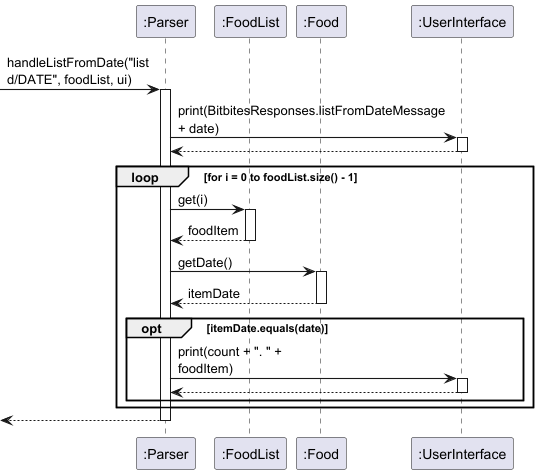
Above: docs/uml/listFromDate.png in AY2526S2-CS2113-F14-2/tp (PlantUML), before the change. Source of this version:
```plantuml
@startuml
skinparam arrowThickness 1.1
skinparam maxMessageSize 150

participant ":Parser" as Parser

participant ":FoodList" as FoodList
participant ":Food" as Food

participant ":UserInterface" as UI

-> Parser : handleListFromDate("list d/DATE", foodList, ui)
activate Parser

Parser -> UI : print(BitbitesResponses.listFromDateMessage + date)
activate UI
UI --> Parser
deactivate UI

loop for i = 0 to foodList.size() - 1
    Parser -> FoodList : get(i)
    activate FoodList
    FoodList --> Parser : foodItem
    deactivate FoodList

    Parser -> Food : getDate()
    activate Food
    Food --> Parser : itemDate
    deactivate Food

    opt itemDate.equals(date)
        Parser -> UI : print(count + ". " + foodItem)
        activate UI
        UI --> Parser
        deactivate UI
    end
end

<-- Parser
deactivate Parser
@enduml
```
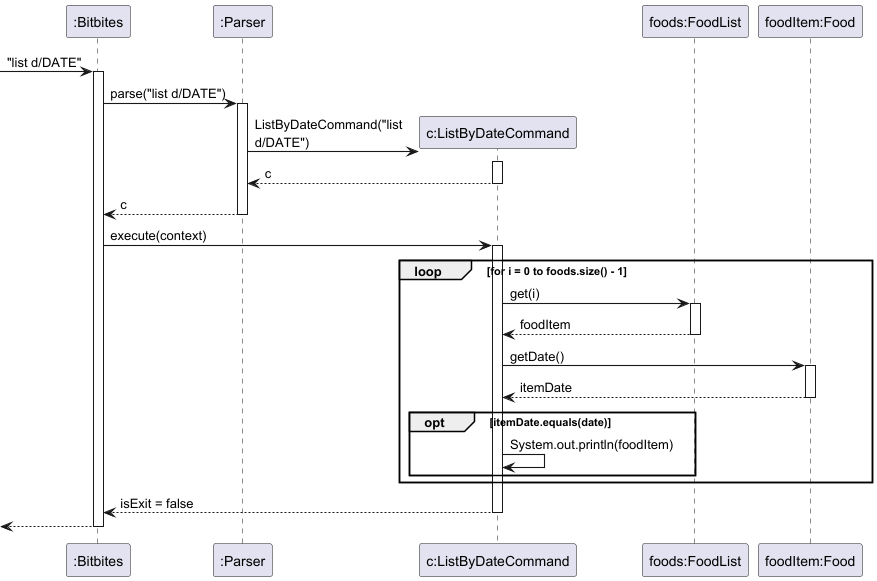
The same diagram one commit later.

Change to the diagram source:
```diff
@@ -2,40 +2,49 @@
 skinparam arrowThickness 1.1
 skinparam maxMessageSize 150
 
+participant ":Bitbites" as Bitbites
 participant ":Parser" as Parser
+participant "c:ListByDateCommand" as ListByDateCommand
+participant "foods:FoodList" as FoodList
+participant "foodItem:Food" as Food
 
-participant ":FoodList" as FoodList
-participant ":Food" as Food
+-> Bitbites : "list d/DATE"
+activate Bitbites
 
-participant ":UserInterface" as UI
-
--> Parser : handleListFromDate("list d/DATE", foodList, ui)
+Bitbites -> Parser : parse("list d/DATE")
 activate Parser
 
-Parser -> UI : print(BitbitesResponses.listFromDateMessage + date)
-activate UI
-UI --> Parser
-deactivate UI
+create ListByDateCommand
+Parser -> ListByDateCommand : ListByDateCommand("list d/DATE")
+activate ListByDateCommand
+ListByDateCommand --> Parser : c
+deactivate ListByDateCommand
 
-loop for i = 0 to foodList.size() - 1
-    Parser -> FoodList : get(i)
+Parser --> Bitbites : c
+deactivate Parser
+
+Bitbites -> ListByDateCommand : execute(context)
+activate ListByDateCommand
+
+loop for i = 0 to foods.size() - 1
+    ListByDateCommand -> FoodList : get(i)
     activate FoodList
-    FoodList --> Parser : foodItem
+    FoodList --> ListByDateCommand : foodItem
     deactivate FoodList
 
-    Parser -> Food : getDate()
+    ListByDateCommand -> Food : getDate()
     activate Food
-    Food --> Parser : itemDate
+    Food --> ListByDateCommand : itemDate
     deactivate Food
 
     opt itemDate.equals(date)
-        Parser -> UI : print(count + ". " + foodItem)
-        activate UI
-        UI --> Parser
-        deactivate UI
+        ListByDateCommand -> ListByDateCommand : System.out.println(foodItem)
     end
 end
 
-<-- Parser
-deactivate Parser
+ListByDateCommand --> Bitbites : isExit = false
+deactivate ListByDateCommand
+
+<-- Bitbites
+deactivate Bitbites
 @enduml
```
